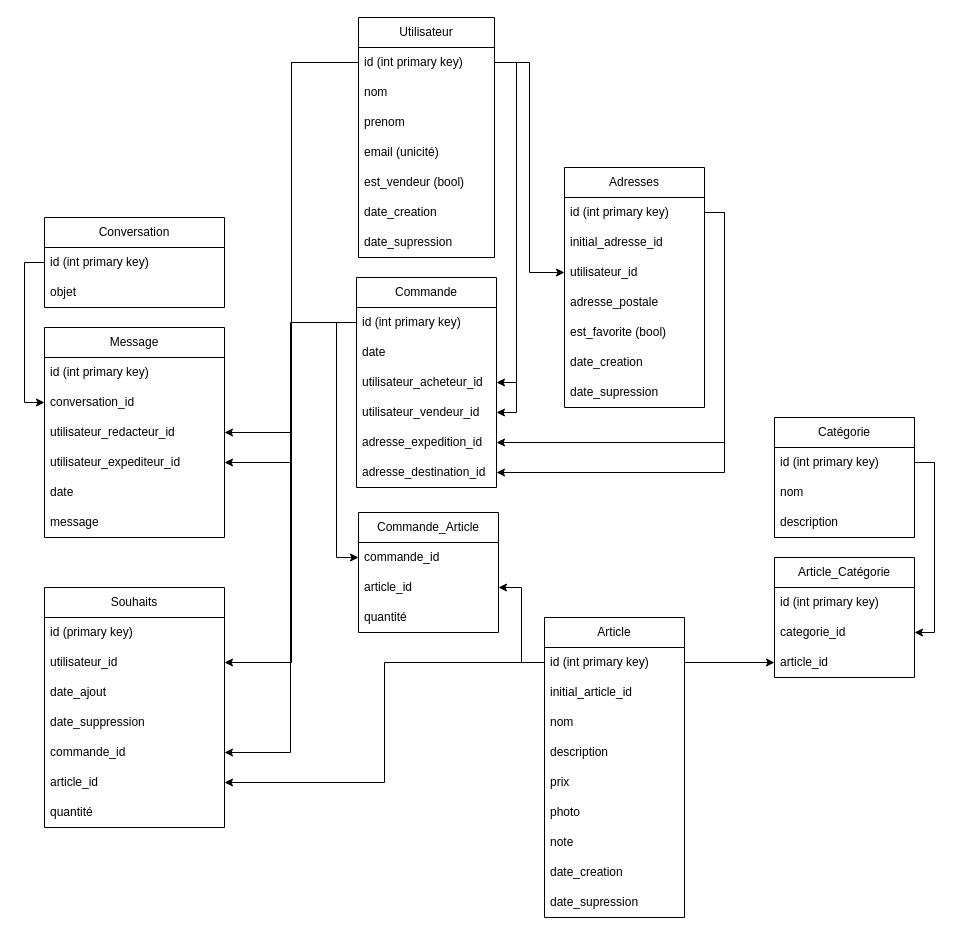
Before: BDD Amazon IPI TP.drawio in mathiasSuchail/diagram, a draw.io diagram. Source tidied: cells renumbered, new cells numbered last; positions are measured from the earlier drawing's top-left corner, leaving out a move shared by most shapes. Both pictures are drawn from the tidied source at 100%, with x=0, y=0 at pixel (44, 17).
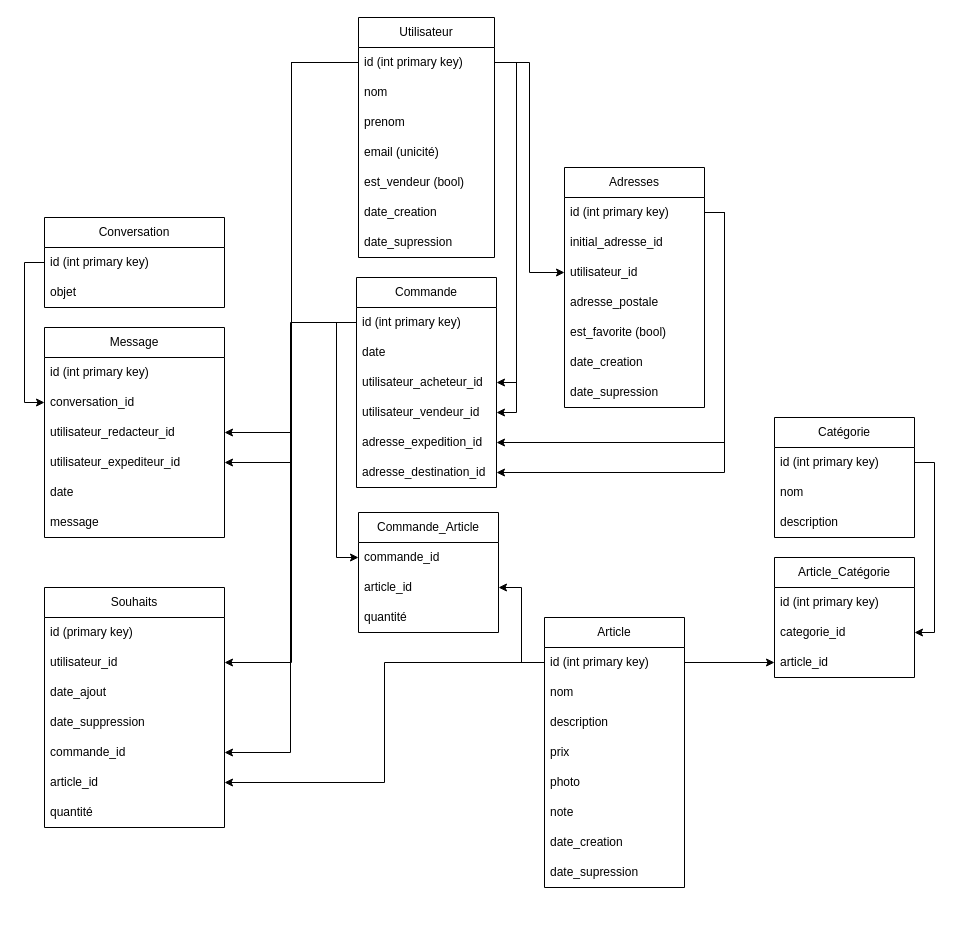
The same page after the edit.

Commit message:
Mettre à jour BDD Amazon IPI TP.drawio

Change to the diagram source:
```diff
@@
     <mxCell id="10" value="Article" style="swimlane;fontStyle=0;horizontal=1;startSize=30;whiteSpace=wrap;html=1;" parent="1" vertex="1">
-      <mxGeometry x="500" y="600" width="140" height="300" as="geometry" />
+      <mxGeometry x="500" y="600" width="140" height="270" as="geometry" />
     </mxCell>
@@
-    <mxCell id="12" value="initial_article_id" style="text;strokeColor=none;fillColor=none;align=left;verticalAlign=middle;spacingLeft=4;spacingRight=4;overflow=hidden;whiteSpace=wrap;html=1;" parent="10" vertex="1">
-      <mxGeometry y="60" width="140" height="30" as="geometry" />
-    </mxCell>
     <mxCell id="13" value="nom" style="text;strokeColor=none;fillColor=none;align=left;verticalAlign=middle;spacingLeft=4;spacingRight=4;overflow=hidden;whiteSpace=wrap;html=1;" parent="10" vertex="1">
-      <mxGeometry y="90" width="140" height="30" as="geometry" />
+      <mxGeometry y="60" width="140" height="30" as="geometry" />
     </mxCell>
     <mxCell id="14" value="description" style="text;strokeColor=none;fillColor=none;align=left;verticalAlign=middle;spacingLeft=4;spacingRight=4;overflow=hidden;whiteSpace=wrap;html=1;" parent="10" vertex="1">
-      <mxGeometry y="120" width="140" height="30" as="geometry" />
+      <mxGeometry y="90" width="140" height="30" as="geometry" />
     </mxCell>
     <mxCell id="15" value="prix" style="text;strokeColor=none;fillColor=none;align=left;verticalAlign=middle;spacingLeft=4;spacingRight=4;overflow=hidden;whiteSpace=wrap;html=1;" parent="10" vertex="1">
-      <mxGeometry y="150" width="140" height="30" as="geometry" />
+      <mxGeometry y="120" width="140" height="30" as="geometry" />
     </mxCell>
     <mxCell id="16" value="photo" style="text;strokeColor=none;fillColor=none;align=left;verticalAlign=middle;spacingLeft=4;spacingRight=4;overflow=hidden;whiteSpace=wrap;html=1;" parent="10" vertex="1">
-      <mxGeometry y="180" width="140" height="30" as="geometry" />
+      <mxGeometry y="150" width="140" height="30" as="geometry" />
     </mxCell>
     <mxCell id="17" value="note" style="text;strokeColor=none;fillColor=none;align=left;verticalAlign=middle;spacingLeft=4;spacingRight=4;overflow=hidden;whiteSpace=wrap;html=1;" parent="10" vertex="1">
-      <mxGeometry y="210" width="140" height="30" as="geometry" />
+      <mxGeometry y="180" width="140" height="30" as="geometry" />
     </mxCell>
     <mxCell id="18" value="date_creation" style="text;strokeColor=none;fillColor=none;align=left;verticalAlign=middle;spacingLeft=4;spacingRight=4;overflow=hidden;whiteSpace=wrap;html=1;" parent="10" vertex="1">
-      <mxGeometry y="240" width="140" height="30" as="geometry" />
+      <mxGeometry y="210" width="140" height="30" as="geometry" />
     </mxCell>
     <mxCell id="19" value="date_supression" style="text;strokeColor=none;fillColor=none;align=left;verticalAlign=middle;spacingLeft=4;spacingRight=4;overflow=hidden;whiteSpace=wrap;html=1;" parent="10" vertex="1">
-      <mxGeometry y="270" width="140" height="30" as="geometry" />
+      <mxGeometry y="240" width="140" height="30" as="geometry" />
     </mxCell>
```
